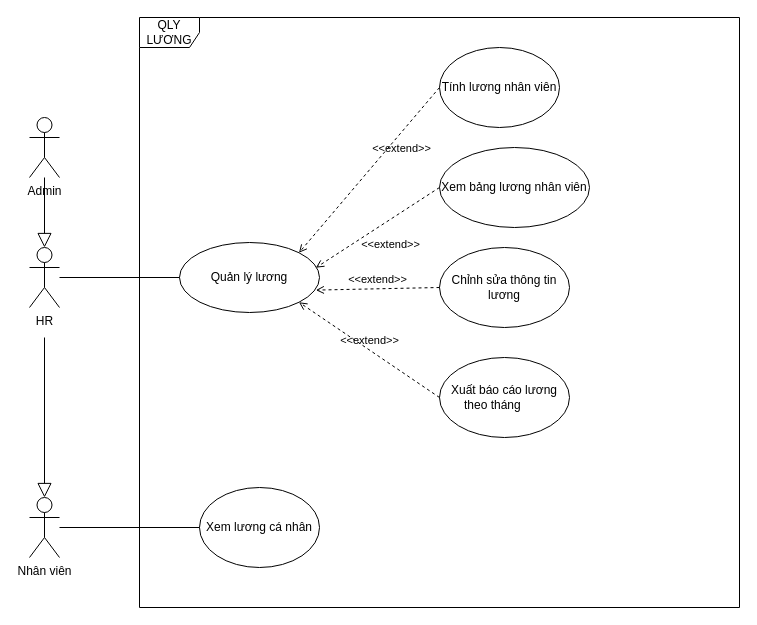
This is Quản lý lương.drawio from hoangda24312/Group4-DesigningSystem, a draw.io file, before an edit. Source tidied: cells renumbered, new cells numbered last; positions are measured from the earlier drawing's top-left corner, leaving out a move shared by most shapes. Both pictures are drawn from the tidied source at 100%, with x=0, y=0 at pixel (29, 17).
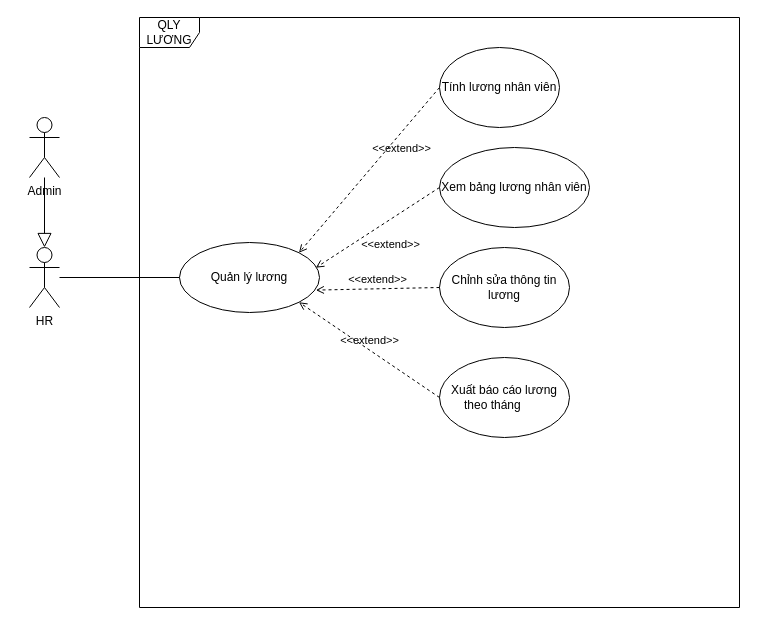
Above is the later version.

Change to the diagram source:
```diff
@@
-    <mxCell id="4" value="Nhân viên" style="shape=umlActor;verticalLabelPosition=bottom;verticalAlign=top;html=1;outlineConnect=0;" parent="1" vertex="1">
-      <mxGeometry y="480" width="30" height="60" as="geometry" />
-    </mxCell>
@@
-    <mxCell id="9" value="&lt;div&gt;Xem lương cá nhân&lt;/div&gt;" style="ellipse;whiteSpace=wrap;html=1;" parent="1" vertex="1">
-      <mxGeometry x="170" y="470" width="120" height="80" as="geometry" />
-    </mxCell>
@@
-    <mxCell id="11" style="endArrow=none;html=1;rounded=0;" parent="1" edge="1" source="4" target="9">
-      <mxGeometry relative="1" as="geometry" />
-    </mxCell>
@@
-    <mxCell id="16" style="edgeStyle=none;html=1;endArrow=block;endFill=0;endSize=12;verticalAlign=bottom;rounded=0;entryX=0.5;entryY=0;entryDx=0;entryDy=0;entryPerimeter=0;" parent="1" edge="1" target="4">
-      <mxGeometry relative="1" as="geometry">
-        <mxPoint x="15" y="320" as="sourcePoint" />
-      </mxGeometry>
-    </mxCell>
```
